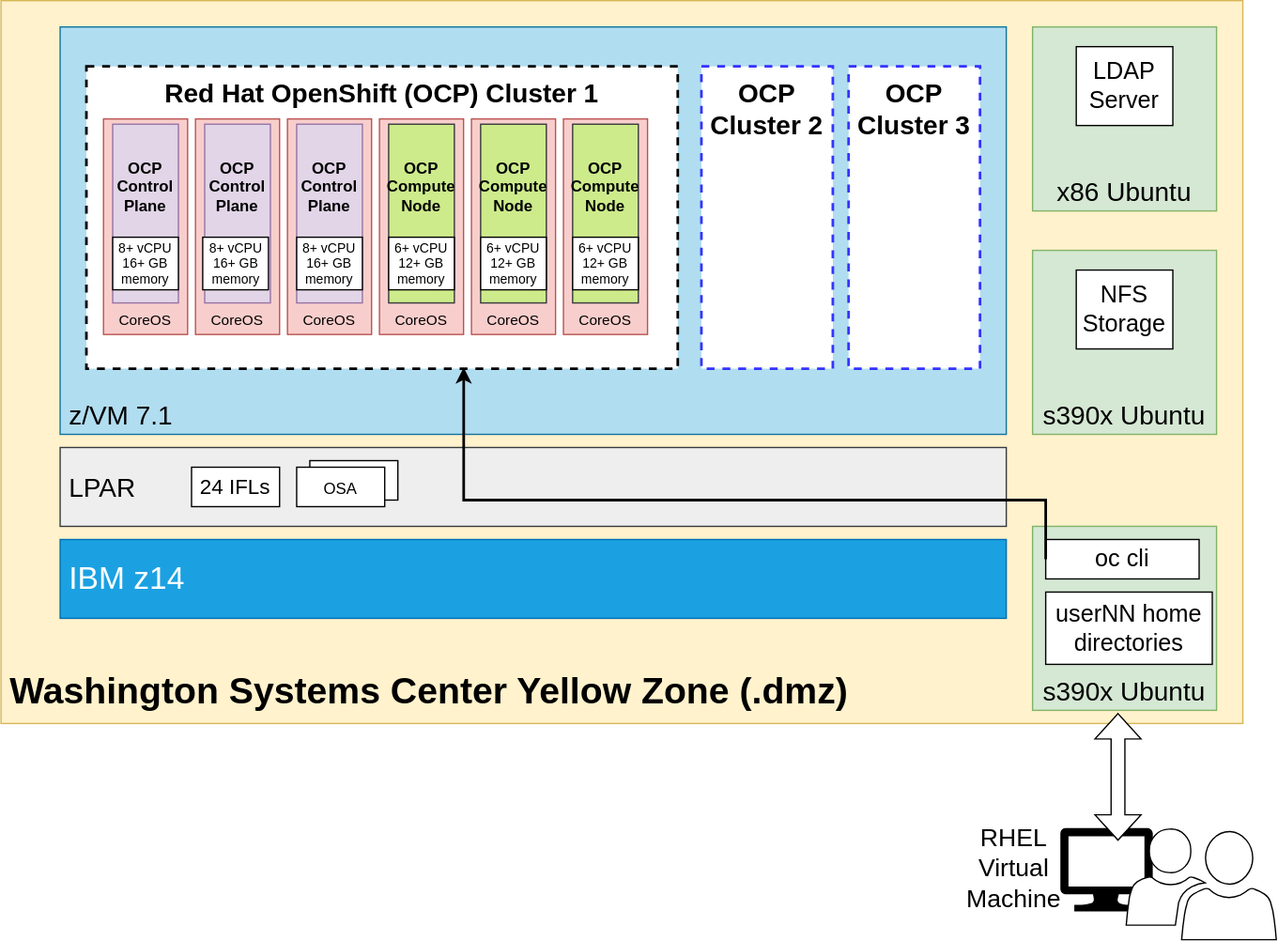
Above: docs/ocpz-workshop-arch.drawio.svg in mmondics/ocp-z-workshop (draw.io), before the change. Source tidied: cells renumbered, new cells last; positions are measured from the earlier drawing's top-left corner, leaving out a move shared by most shapes.
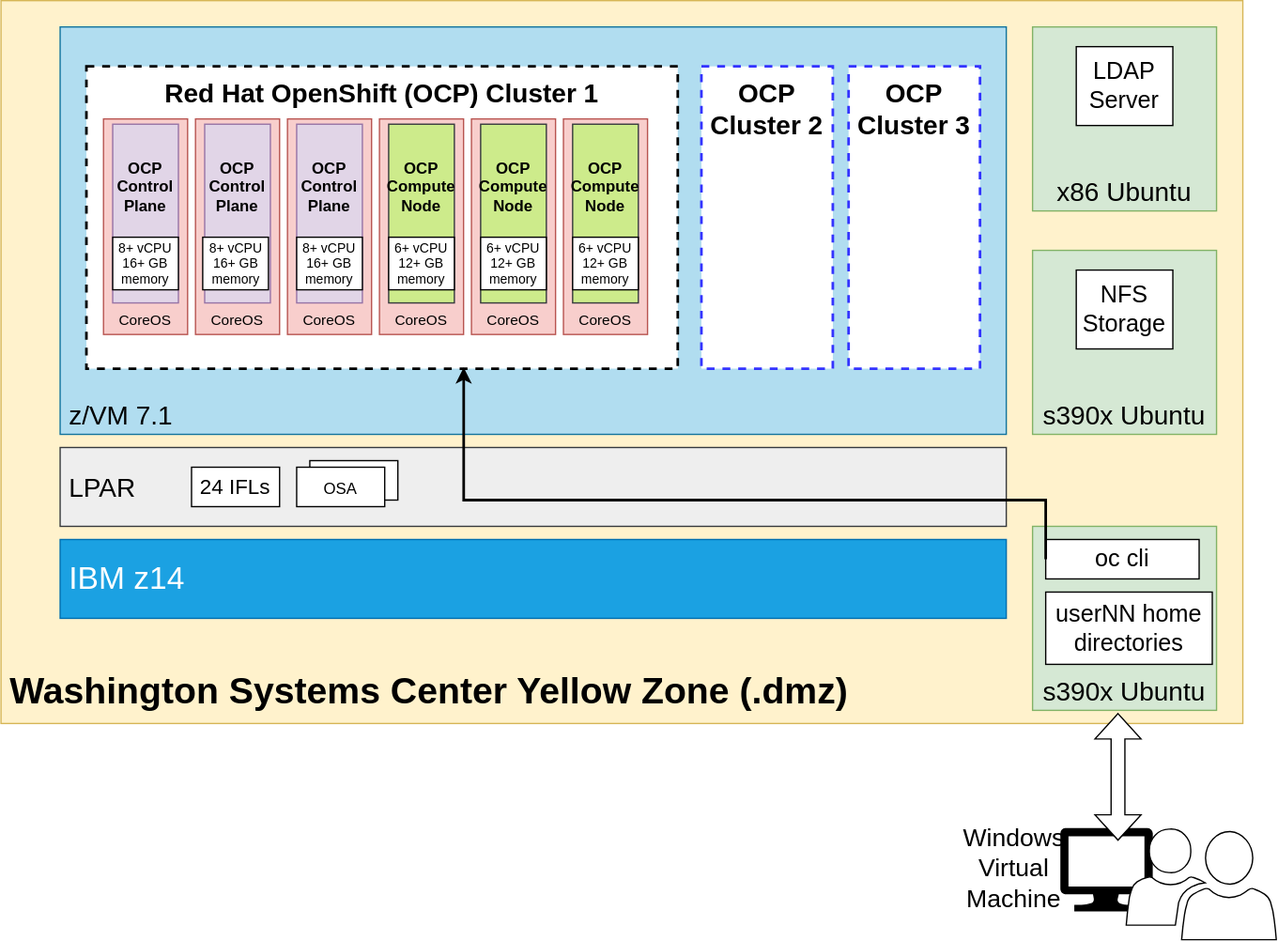
After the change.

Change to the diagram source:
```diff
@@ -68,7 +68,7 @@
     <mxCell id="23" style="sketch=0;shadow=0;dashed=0;html=1;labelPosition=center;verticalLabelPosition=bottom;verticalAlign=top;align=center;shape=mxgraph.mscae.intune.user_group;labelBackgroundColor=none;fontSize=16;" parent="1" vertex="1">
       <mxGeometry x="856.3" y="630" width="114.2" height="84.5" as="geometry" />
     </mxCell>
-    <mxCell id="24" value="RHEL Virtual Machine" style="text;html=1;strokeColor=none;fillColor=none;align=center;verticalAlign=middle;whiteSpace=wrap;rounded=0;labelBackgroundColor=none;fontSize=19;" parent="1" vertex="1">
+    <mxCell id="24" value="Windows Virtual Machine" style="text;html=1;strokeColor=none;fillColor=none;align=center;verticalAlign=middle;whiteSpace=wrap;rounded=0;labelBackgroundColor=none;fontSize=19;" parent="1" vertex="1">
       <mxGeometry x="746.3" y="646.2" width="50" height="30" as="geometry" />
     </mxCell>
     <mxCell id="25" style="shape=doubleArrow;whiteSpace=wrap;html=1;labelBackgroundColor=none;fontSize=28;strokeWidth=1;align=left;verticalAlign=bottom;rotation=90;" parent="1" vertex="1">
```
